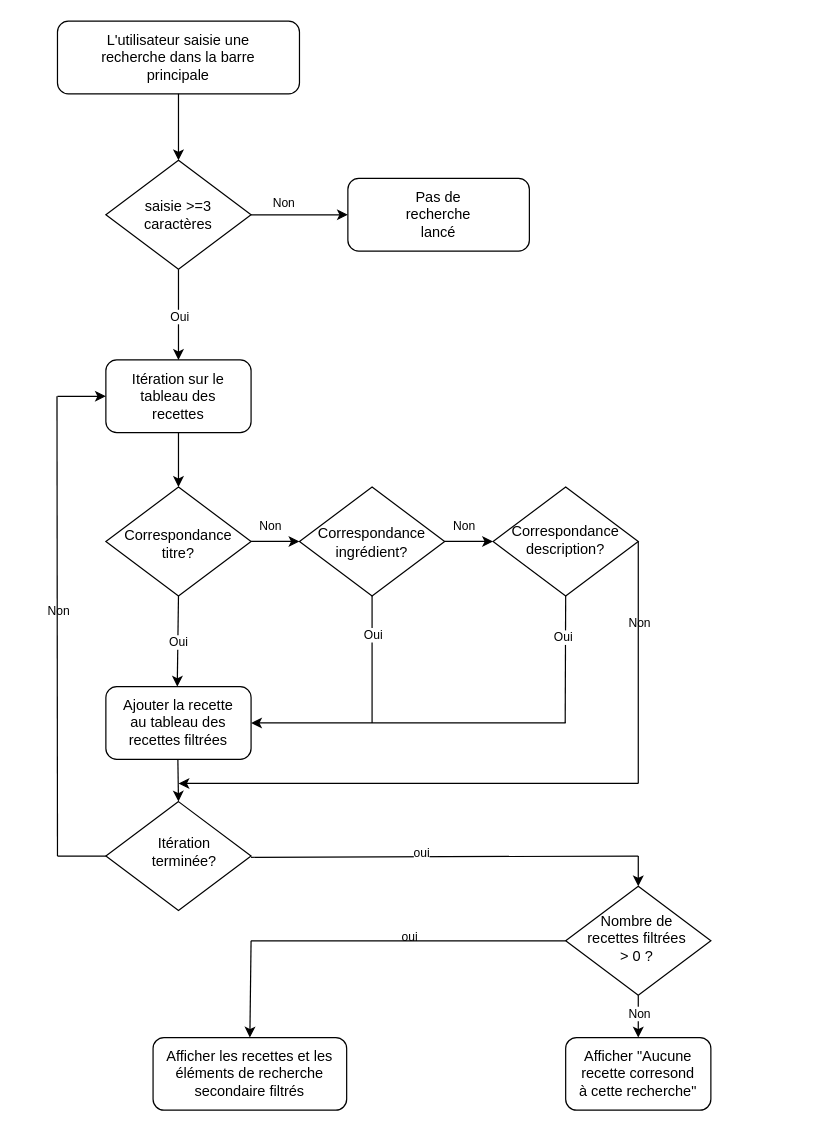
SAMIYAghb/LesPetitsPlats keeps this draw.io diagram as draw.drawio. Above is the earlier version. Source tidied: cells renumbered, new cells numbered last; positions are measured from the earlier drawing's top-left corner, leaving out a move shared by most shapes. Both pictures are drawn from the tidied source at 121%, with x=0, y=0 at pixel (21, 21).
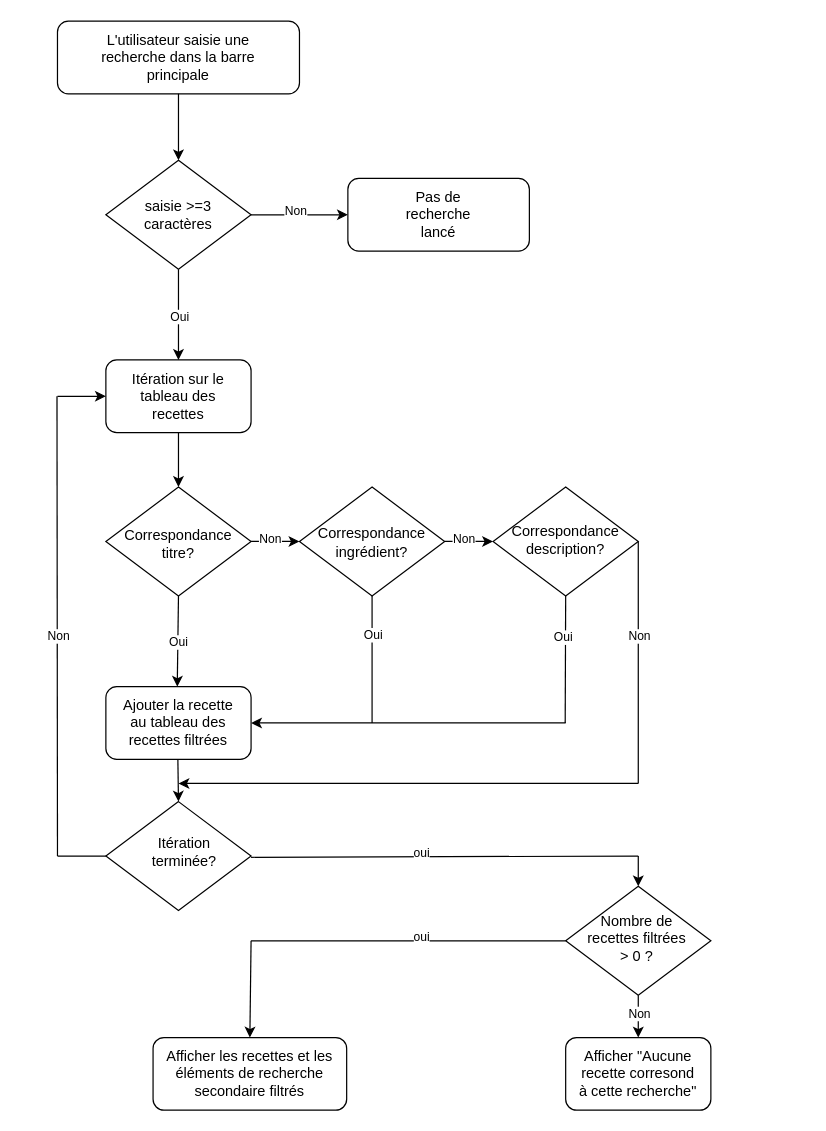
Above is the later version.

Diff of the diagram source:
```diff
@@
     <mxCell id="33" style="edgeStyle=none;html=1;" parent="1" edge="1">
       <mxGeometry relative="1" as="geometry">
-        <mxPoint x="640" y="640" as="sourcePoint" />
-        <mxPoint x="640" y="640" as="targetPoint" />
+        <mxPoint x="620" y="640" as="sourcePoint" />
+        <mxPoint x="620" y="640" as="targetPoint" />
       </mxGeometry>
     </mxCell>
@@
     <mxCell id="48" value="Non" style="edgeLabel;html=1;align=center;verticalAlign=middle;strokeWidth=1;fontSize=10;" parent="1" vertex="1">
-      <mxGeometry x="140" y="253" as="geometry">
+      <mxGeometry x="150" y="260" as="geometry">
         <mxPoint x="76" y="-104" as="offset" />
       </mxGeometry>
     </mxCell>
     <mxCell id="49" value="Non" style="edgeLabel;html=1;align=center;verticalAlign=middle;strokeWidth=1;fontSize=10;" parent="1" vertex="1">
-      <mxGeometry x="175" y="420" as="geometry">
+      <mxGeometry x="175" y="431.5" as="geometry">
         <mxPoint x="30" y="-4" as="offset" />
       </mxGeometry>
     </mxCell>
     <mxCell id="50" value="Non" style="edgeLabel;html=1;align=center;verticalAlign=middle;strokeWidth=1;fontSize=10;" parent="1" vertex="1">
-      <mxGeometry x="335" y="420" as="geometry">
+      <mxGeometry x="335" y="431.5" as="geometry">
         <mxPoint x="30" y="-4" as="offset" />
       </mxGeometry>
     </mxCell>
-    <mxCell id="51" value="Non" style="edgeLabel;html=1;align=center;verticalAlign=middle;strokeWidth=1;fontSize=10;" parent="1" vertex="1">
-      <mxGeometry x="480" y="500" as="geometry">
-        <mxPoint x="30" y="-4" as="offset" />
-      </mxGeometry>
-    </mxCell>
@@
-    <mxCell id="53" value="oui" style="edgeLabel;html=1;align=center;verticalAlign=middle;strokeWidth=1;fontSize=10;" parent="1" vertex="1">
-      <mxGeometry x="290" y="760" as="geometry">
-        <mxPoint x="30" y="-4" as="offset" />
-      </mxGeometry>
-    </mxCell>
@@
-    <mxCell id="55" value="Non" style="edgeLabel;html=1;align=center;verticalAlign=middle;strokeWidth=1;fontSize=10;" parent="1" vertex="1">
-      <mxGeometry y="490" as="geometry">
-        <mxPoint x="30" y="-4" as="offset" />
-      </mxGeometry>
-    </mxCell>
@@
+    <mxCell id="53" value="oui" style="edgeLabel;html=1;align=center;verticalAlign=middle;strokeWidth=1;fontSize=10;" parent="1" vertex="1">
+      <mxGeometry x="300" y="760" as="geometry">
+        <mxPoint x="30" y="-4" as="offset" />
+      </mxGeometry>
+    </mxCell>
+    <mxCell id="61" value="Non" style="edgeLabel;html=1;align=center;verticalAlign=middle;strokeWidth=1;fontSize=10;" parent="1" vertex="1">
+      <mxGeometry x="480" y="511" as="geometry">
+        <mxPoint x="30" y="-4" as="offset" />
+      </mxGeometry>
+    </mxCell>
+    <mxCell id="62" value="Non" style="edgeLabel;html=1;align=center;verticalAlign=middle;strokeWidth=1;fontSize=10;" parent="1" vertex="1">
+      <mxGeometry y="511" as="geometry">
+        <mxPoint x="30" y="-4" as="offset" />
+      </mxGeometry>
+    </mxCell>
```
